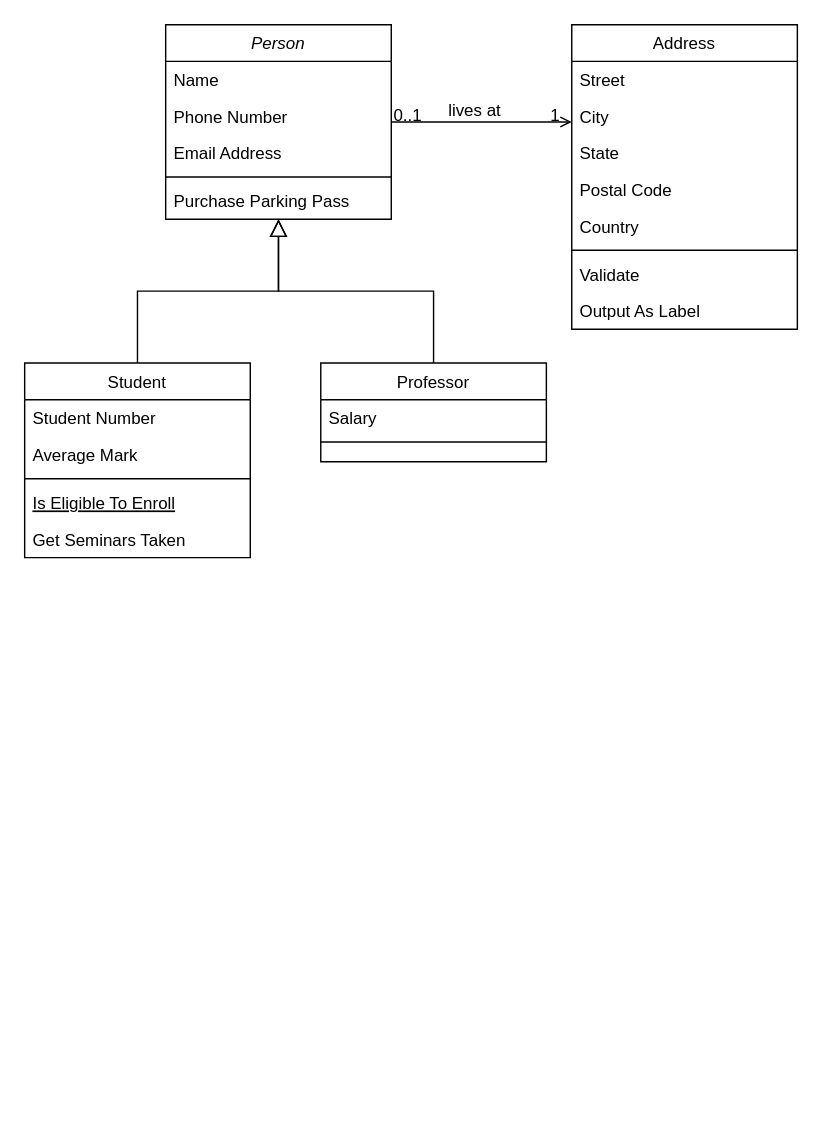
This is Docs/Diagramme  classe.drawio from SHATAJV/echange_competences, a draw.io file, before an edit. Source tidied: cells renumbered, new cells numbered last; positions are measured from the earlier drawing's top-left corner, leaving out a move shared by most shapes. Both pictures are drawn from the tidied source at 141%, with x=0, y=0 at pixel (24, 24).
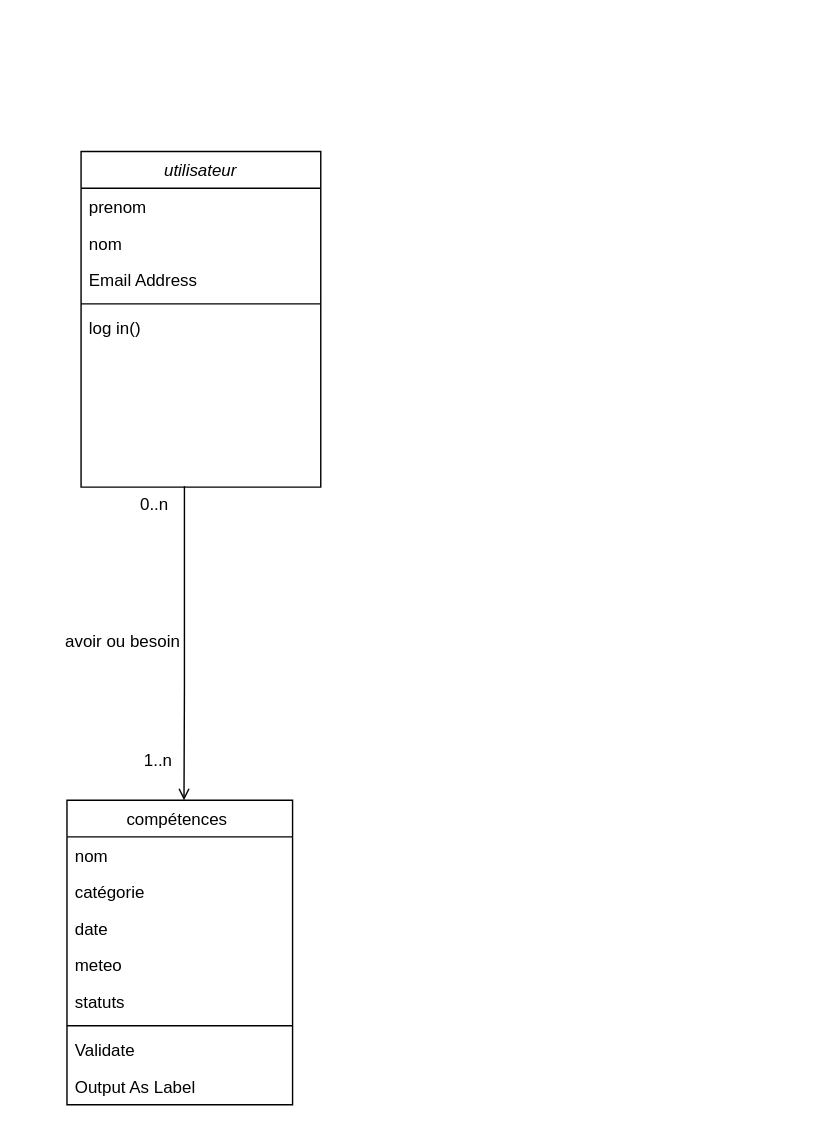
The same diagram, later.

Commit message:
Mettre à jour Diagramme  classe.drawio

Change to the diagram source:
```diff
@@
-    <mxCell id="2" value="Person" style="swimlane;fontStyle=2;align=center;verticalAlign=top;horizontal=1;startSize=26;rounded=0;shadow=0;strokeWidth=1;" parent="1" vertex="1">
-      <mxGeometry x="100" width="160" height="138" as="geometry" />
+    <mxCell id="2" value="utilisateur" style="swimlane;fontStyle=2;align=center;verticalAlign=top;horizontal=1;startSize=26;rounded=0;shadow=0;strokeWidth=1;" parent="1" vertex="1">
+      <mxGeometry x="40" y="90" width="170" height="238" as="geometry" />
     </mxCell>
-    <mxCell id="3" value="Name" style="text;align=left;verticalAlign=top;spacingLeft=4;spacingRight=4;overflow=hidden;" parent="2" vertex="1">
-      <mxGeometry y="26" width="160" height="26" as="geometry" />
+    <mxCell id="3" value="prenom" style="text;align=left;verticalAlign=top;spacingLeft=4;spacingRight=4;overflow=hidden;" parent="2" vertex="1">
+      <mxGeometry y="26" width="170" height="26" as="geometry" />
     </mxCell>
-    <mxCell id="4" value="Phone Number" style="text;align=left;verticalAlign=top;spacingLeft=4;spacingRight=4;overflow=hidden;rounded=0;shadow=0;html=0;" parent="2" vertex="1">
-      <mxGeometry y="52" width="160" height="26" as="geometry" />
+    <mxCell id="4" value="nom" style="text;align=left;verticalAlign=top;spacingLeft=4;spacingRight=4;overflow=hidden;rounded=0;shadow=0;html=0;" parent="2" vertex="1">
+      <mxGeometry y="52" width="170" height="26" as="geometry" />
     </mxCell>
     <mxCell id="5" value="Email Address" style="text;align=left;verticalAlign=top;spacingLeft=4;spacingRight=4;overflow=hidden;rounded=0;shadow=0;html=0;" parent="2" vertex="1">
-      <mxGeometry y="78" width="160" height="26" as="geometry" />
+      <mxGeometry y="78" width="170" height="26" as="geometry" />
     </mxCell>
     <mxCell id="6" style="line;html=1;strokeWidth=1;align=left;verticalAlign=middle;spacingTop=-1;spacingLeft=3;spacingRight=3;labelPosition=right;" parent="2" vertex="1">
-      <mxGeometry y="104" width="160" height="8" as="geometry" />
+      <mxGeometry y="104" width="170" height="8" as="geometry" />
     </mxCell>
-    <mxCell id="7" value="Purchase Parking Pass" style="text;align=left;verticalAlign=top;spacingLeft=4;spacingRight=4;overflow=hidden;" parent="2" vertex="1">
-      <mxGeometry y="112" width="160" height="26" as="geometry" />
+    <mxCell id="7" value="log in()" style="text;align=left;verticalAlign=top;spacingLeft=4;spacingRight=4;overflow=hidden;" parent="2" vertex="1">
+      <mxGeometry y="112" width="170" height="26" as="geometry" />
     </mxCell>
-    <mxCell id="8" value="Student" style="swimlane;fontStyle=0;align=center;verticalAlign=top;horizontal=1;startSize=26;rounded=0;shadow=0;strokeWidth=1;" parent="1" vertex="1">
-      <mxGeometry y="240" width="160" height="138" as="geometry" />
-    </mxCell>
-    <mxCell id="9" value="Student Number" style="text;align=left;verticalAlign=top;spacingLeft=4;spacingRight=4;overflow=hidden;" parent="8" vertex="1">
-      <mxGeometry y="26" width="160" height="26" as="geometry" />
-    </mxCell>
-    <mxCell id="10" value="Average Mark" style="text;align=left;verticalAlign=top;spacingLeft=4;spacingRight=4;overflow=hidden;rounded=0;shadow=0;html=0;" parent="8" vertex="1">
-      <mxGeometry y="52" width="160" height="26" as="geometry" />
-    </mxCell>
-    <mxCell id="11" style="line;html=1;strokeWidth=1;align=left;verticalAlign=middle;spacingTop=-1;spacingLeft=3;spacingRight=3;labelPosition=right;" parent="8" vertex="1">
-      <mxGeometry y="78" width="160" height="8" as="geometry" />
-    </mxCell>
-    <mxCell id="12" value="Is Eligible To Enroll" style="text;align=left;verticalAlign=top;spacingLeft=4;spacingRight=4;overflow=hidden;fontStyle=4;" parent="8" vertex="1">
-      <mxGeometry y="86" width="160" height="26" as="geometry" />
-    </mxCell>
-    <mxCell id="13" value="Get Seminars Taken" style="text;align=left;verticalAlign=top;spacingLeft=4;spacingRight=4;overflow=hidden;" parent="8" vertex="1">
-      <mxGeometry y="112" width="160" height="26" as="geometry" />
-    </mxCell>
-    <mxCell id="14" style="endArrow=block;endSize=10;endFill=0;shadow=0;strokeWidth=1;rounded=0;curved=0;edgeStyle=elbowEdgeStyle;elbow=vertical;" parent="1" edge="1" source="8" target="2">
-      <mxGeometry relative="1" as="geometry" />
-    </mxCell>
-    <mxCell id="15" value="Professor" style="swimlane;fontStyle=0;align=center;verticalAlign=top;horizontal=1;startSize=26;rounded=0;shadow=0;strokeWidth=1;" parent="1" vertex="1">
-      <mxGeometry x="210" y="240" width="160" height="70" as="geometry" />
-    </mxCell>
-    <mxCell id="16" value="Salary" style="text;align=left;verticalAlign=top;spacingLeft=4;spacingRight=4;overflow=hidden;" parent="15" vertex="1">
-      <mxGeometry y="26" width="160" height="26" as="geometry" />
-    </mxCell>
-    <mxCell id="17" style="line;html=1;strokeWidth=1;align=left;verticalAlign=middle;spacingTop=-1;spacingLeft=3;spacingRight=3;labelPosition=right;" parent="15" vertex="1">
-      <mxGeometry y="52" width="160" height="8" as="geometry" />
-    </mxCell>
-    <mxCell id="18" style="endArrow=block;endSize=10;endFill=0;shadow=0;strokeWidth=1;rounded=0;curved=0;edgeStyle=elbowEdgeStyle;elbow=vertical;" parent="1" edge="1" source="15" target="2">
-      <mxGeometry relative="1" as="geometry" />
-    </mxCell>
-    <mxCell id="19" value="Address" style="swimlane;fontStyle=0;align=center;verticalAlign=top;horizontal=1;startSize=26;rounded=0;shadow=0;strokeWidth=1;" parent="1" vertex="1">
-      <mxGeometry x="388" width="160" height="216" as="geometry" />
+    <mxCell id="19" value="compétences " style="swimlane;fontStyle=0;align=center;verticalAlign=top;horizontal=1;startSize=26;rounded=0;shadow=0;strokeWidth=1;" parent="1" vertex="1">
+      <mxGeometry x="30" y="550" width="160" height="216" as="geometry" />
     </mxCell>
-    <mxCell id="20" value="Street" style="text;align=left;verticalAlign=top;spacingLeft=4;spacingRight=4;overflow=hidden;" parent="19" vertex="1">
+    <mxCell id="20" value="nom" style="text;align=left;verticalAlign=top;spacingLeft=4;spacingRight=4;overflow=hidden;" parent="19" vertex="1">
       <mxGeometry y="26" width="160" height="26" as="geometry" />
     </mxCell>
-    <mxCell id="21" value="City" style="text;align=left;verticalAlign=top;spacingLeft=4;spacingRight=4;overflow=hidden;rounded=0;shadow=0;html=0;" parent="19" vertex="1">
+    <mxCell id="21" value="catégorie " style="text;align=left;verticalAlign=top;spacingLeft=4;spacingRight=4;overflow=hidden;rounded=0;shadow=0;html=0;" parent="19" vertex="1">
       <mxGeometry y="52" width="160" height="26" as="geometry" />
     </mxCell>
-    <mxCell id="22" value="State" style="text;align=left;verticalAlign=top;spacingLeft=4;spacingRight=4;overflow=hidden;rounded=0;shadow=0;html=0;" parent="19" vertex="1">
+    <mxCell id="22" value="date" style="text;align=left;verticalAlign=top;spacingLeft=4;spacingRight=4;overflow=hidden;rounded=0;shadow=0;html=0;" parent="19" vertex="1">
       <mxGeometry y="78" width="160" height="26" as="geometry" />
     </mxCell>
-    <mxCell id="23" value="Postal Code" style="text;align=left;verticalAlign=top;spacingLeft=4;spacingRight=4;overflow=hidden;rounded=0;shadow=0;html=0;" parent="19" vertex="1">
+    <mxCell id="23" value="meteo" style="text;align=left;verticalAlign=top;spacingLeft=4;spacingRight=4;overflow=hidden;rounded=0;shadow=0;html=0;" parent="19" vertex="1">
       <mxGeometry y="104" width="160" height="26" as="geometry" />
     </mxCell>
-    <mxCell id="24" value="Country" style="text;align=left;verticalAlign=top;spacingLeft=4;spacingRight=4;overflow=hidden;rounded=0;shadow=0;html=0;" parent="19" vertex="1">
+    <mxCell id="24" value="statuts" style="text;align=left;verticalAlign=top;spacingLeft=4;spacingRight=4;overflow=hidden;rounded=0;shadow=0;html=0;" parent="19" vertex="1">
       <mxGeometry y="130" width="160" height="26" as="geometry" />
     </mxCell>
@@
-    <mxCell id="28" style="endArrow=open;shadow=0;strokeWidth=1;rounded=0;curved=0;endFill=1;edgeStyle=elbowEdgeStyle;elbow=vertical;" parent="1" edge="1" source="2" target="19">
+    <mxCell id="28" style="endArrow=open;shadow=0;strokeWidth=1;rounded=0;curved=0;endFill=1;edgeStyle=elbowEdgeStyle;elbow=vertical;exitX=0.708;exitY=1.054;exitDx=0;exitDy=0;exitPerimeter=0;" parent="1" edge="1" target="19">
       <mxGeometry x="0.5" y="41" relative="1" as="geometry">
+        <mxPoint x="113.3" y="327.4" as="sourcePoint" />
+        <Array as="points">
+          <mxPoint x="113" y="470" />
+        </Array>
         <mxPoint x="-40" y="32" as="offset" />
       </mxGeometry>
     </mxCell>
-    <mxCell id="29" value="0..1" style="align=left;verticalAlign=bottom;labelBackgroundColor=none;fontSize=12;" parent="28" vertex="1">
+    <mxCell id="29" value="0..n" style="align=left;verticalAlign=bottom;labelBackgroundColor=none;fontSize=12;" parent="28" vertex="1">
       <mxGeometry x="-1" relative="1" as="geometry">
-        <mxPoint y="4" as="offset" />
+        <mxPoint x="-33" y="21" as="offset" />
       </mxGeometry>
     </mxCell>
-    <mxCell id="30" value="1" style="align=right;verticalAlign=bottom;labelBackgroundColor=none;fontSize=12;" parent="28" vertex="1">
+    <mxCell id="30" value="1..n" style="align=right;verticalAlign=bottom;labelBackgroundColor=none;fontSize=12;" parent="28" vertex="1">
       <mxGeometry x="1" relative="1" as="geometry">
-        <mxPoint x="-7" y="4" as="offset" />
+        <mxPoint x="-7" y="-20" as="offset" />
       </mxGeometry>
     </mxCell>
-    <mxCell id="31" value="lives at" style="text;html=1;align=center;verticalAlign=middle;labelBackgroundColor=none;rounded=0;shadow=0;strokeWidth=1;fontSize=12;" parent="28" vertex="1">
+    <mxCell id="31" value="avoir ou besoin&amp;nbsp;" style="text;html=1;align=center;verticalAlign=middle;labelBackgroundColor=none;rounded=0;shadow=0;strokeWidth=1;fontSize=12;" parent="28" vertex="1">
       <mxGeometry x="0.5" y="49" relative="1" as="geometry">
-        <mxPoint x="-38" y="40" as="offset" />
+        <mxPoint x="-92" y="-57" as="offset" />
       </mxGeometry>
     </mxCell>
```
